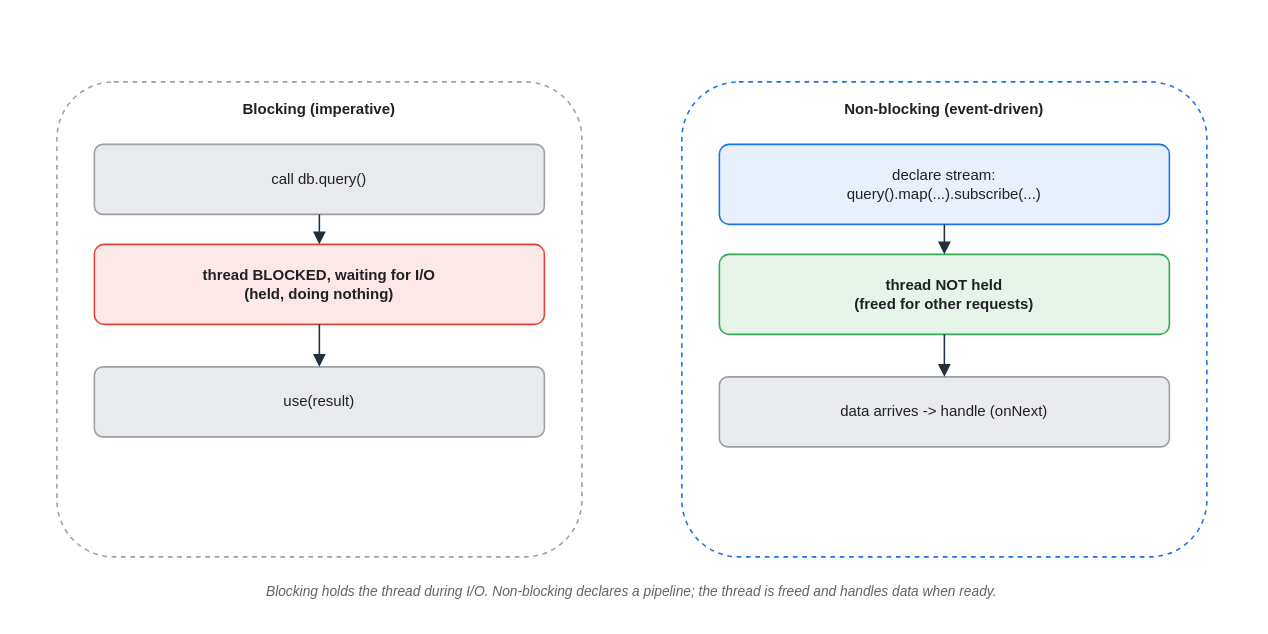
Before: assets/img/spring/spring-09-blocking-vs-reactive.drawio in KKamJi98/kkamji98.github.io, a draw.io diagram. Source tidied: cells renumbered, new cells numbered last; positions are measured from the earlier drawing's top-left corner, leaving out a move shared by most shapes. Both pictures are drawn from the tidied source at 125%, with x=0, y=0 at pixel (56, 81).
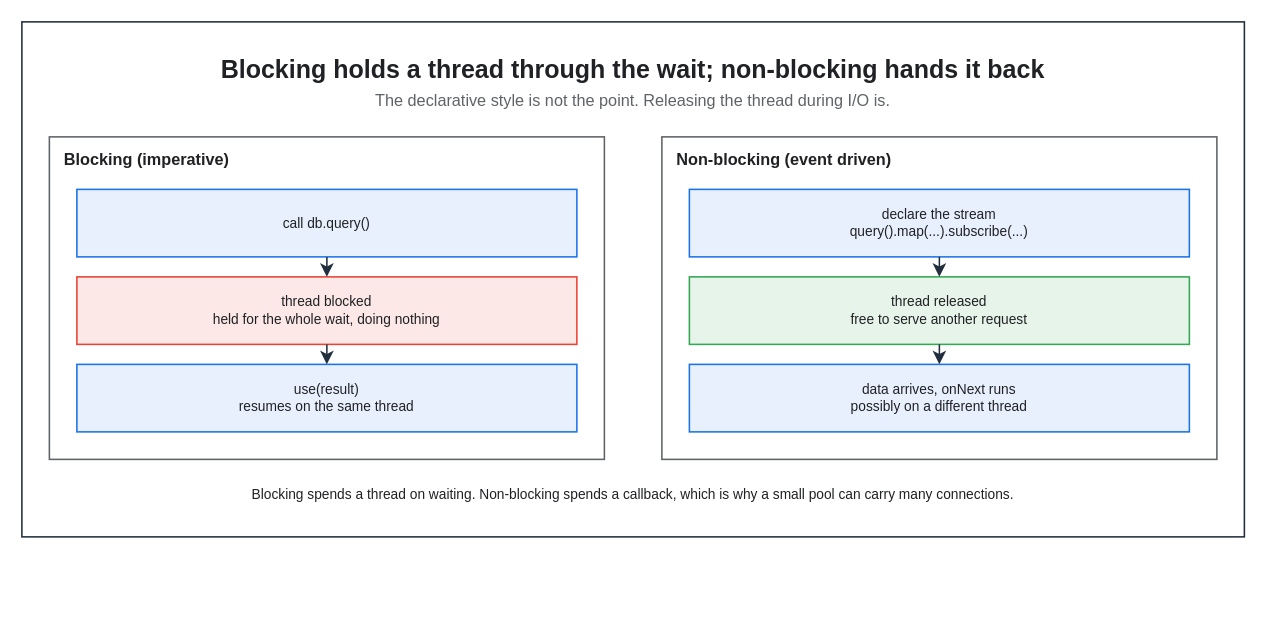
Above is the later version.

Diff of the diagram source:
```diff
@@
 <mxGraphModel background="#FFFFFF">
   <root>
     <mxCell id="0" />
     <mxCell id="1" parent="0" />
+    <mxCell id="15" style="rounded=0;html=0;fillColor=none;strokeColor=#232F3E;fontColor=#202124;strokeWidth=1.25;" parent="1" vertex="1">
+      <mxGeometry x="-28" y="-48" width="978" height="412" as="geometry" />
+    </mxCell>
+    <mxCell id="16" value="Blocking holds a thread through the wait; non-blocking hands it back" style="text;html=0;whiteSpace=wrap;fillColor=none;strokeColor=none;fontColor=#202124;fontSize=20;fontStyle=1;align=center;verticalAlign=middle;" parent="1" vertex="1">
+      <mxGeometry x="-6" y="-26" width="934" height="30" as="geometry" />
+    </mxCell>
+    <mxCell id="17" value="The declarative style is not the point. Releasing the thread during I/O is." style="text;html=0;whiteSpace=wrap;fillColor=none;strokeColor=none;fontColor=#5F6368;fontSize=13;fontStyle=0;align=center;verticalAlign=middle;" parent="1" vertex="1">
+      <mxGeometry x="-6" y="4" width="934" height="22" as="geometry" />
+    </mxCell>
-    <mxCell id="2" value="Blocking (imperative)" style="rounded=1;whiteSpace=wrap;html=0;arcSize=12;shadow=0;fillColor=#FFFFFF;strokeColor=#9AA0A6;fontColor=#202124;fontStyle=1;verticalAlign=top;align=center;dashed=1;spacingTop=8;strokeWidth=1.25;" parent="1" vertex="1">
-      <mxGeometry width="420" height="380" as="geometry" />
+    <mxCell id="2" value="Blocking (imperative)" style="rounded=0;whiteSpace=wrap;html=0;fillColor=none;strokeColor=#5F6368;fontColor=#202124;fontSize=13;fontStyle=1;align=left;verticalAlign=top;spacingLeft=10;spacingTop=4;strokeWidth=1.25;dashed=0;" parent="1" vertex="1">
+      <mxGeometry x="-6" y="44" width="444" height="258" as="geometry" />
     </mxCell>
-    <mxCell id="3" value="Non-blocking (event-driven)" style="rounded=1;whiteSpace=wrap;html=0;arcSize=12;shadow=0;fillColor=#FFFFFF;strokeColor=#1A73E8;fontColor=#202124;fontStyle=1;verticalAlign=top;align=center;dashed=1;spacingTop=8;strokeWidth=1.25;" parent="1" vertex="1">
-      <mxGeometry x="500" width="420" height="380" as="geometry" />
-    </mxCell>
+    <mxCell id="18" value="Non-blocking (event driven)" style="rounded=0;whiteSpace=wrap;html=0;fillColor=none;strokeColor=#5F6368;fontColor=#202124;fontSize=13;fontStyle=1;align=left;verticalAlign=top;spacingLeft=10;spacingTop=4;strokeWidth=1.25;dashed=0;" parent="1" vertex="1">
+      <mxGeometry x="484" y="44" width="444" height="258" as="geometry" />
+    </mxCell>
-    <mxCell id="4" value="call db.query()" style="rounded=1;whiteSpace=wrap;html=0;arcSize=12;shadow=0;fillColor=#E8EAED;strokeColor=#9AA0A6;fontColor=#202124;strokeWidth=1.25;" parent="1" vertex="1">
-      <mxGeometry x="30" y="50" width="360" height="56" as="geometry" />
+    <mxCell id="4" value="call db.query()" style="rounded=0;whiteSpace=wrap;html=0;fillColor=#E8F0FE;strokeColor=#1A73E8;fontColor=#202124;fontSize=11;fontStyle=0;align=center;verticalAlign=middle;spacingLeft=6;spacingRight=6;strokeWidth=1.25;" parent="1" vertex="1">
+      <mxGeometry x="16" y="86" width="400" height="54" as="geometry" />
     </mxCell>
-    <mxCell id="5" value="thread BLOCKED, waiting for I/O&#10;(held, doing nothing)" style="rounded=1;whiteSpace=wrap;html=0;arcSize=12;shadow=0;fillColor=#FCE8E6;strokeColor=#EA4335;fontColor=#202124;fontStyle=1;strokeWidth=1.25;" parent="1" vertex="1">
-      <mxGeometry x="30" y="130" width="360" height="64" as="geometry" />
+    <mxCell id="5" value="thread blocked&#10;held for the whole wait, doing nothing" style="rounded=0;whiteSpace=wrap;html=0;fillColor=#FCE8E6;strokeColor=#EA4335;fontColor=#202124;fontSize=11;fontStyle=0;align=center;verticalAlign=middle;spacingLeft=6;spacingRight=6;strokeWidth=1.25;" parent="1" vertex="1">
+      <mxGeometry x="16" y="156" width="400" height="54" as="geometry" />
     </mxCell>
-    <mxCell id="6" value="use(result)" style="rounded=1;whiteSpace=wrap;html=0;arcSize=12;shadow=0;fillColor=#E8EAED;strokeColor=#9AA0A6;fontColor=#202124;strokeWidth=1.25;" parent="1" vertex="1">
-      <mxGeometry x="30" y="228" width="360" height="56" as="geometry" />
+    <mxCell id="6" value="use(result)&#10;resumes on the same thread" style="rounded=0;whiteSpace=wrap;html=0;fillColor=#E8F0FE;strokeColor=#1A73E8;fontColor=#202124;fontSize=11;fontStyle=0;align=center;verticalAlign=middle;spacingLeft=6;spacingRight=6;strokeWidth=1.25;" parent="1" vertex="1">
+      <mxGeometry x="16" y="226" width="400" height="54" as="geometry" />
     </mxCell>
-    <mxCell id="7" value="declare stream:&#10;query().map(...).subscribe(...)" style="rounded=1;whiteSpace=wrap;html=0;arcSize=12;shadow=0;fillColor=#E8F0FE;strokeColor=#1A73E8;fontColor=#202124;strokeWidth=1.25;" parent="1" vertex="1">
-      <mxGeometry x="530" y="50" width="360" height="64" as="geometry" />
+    <mxCell id="7" value="declare the stream&#10;query().map(...).subscribe(...)" style="rounded=0;whiteSpace=wrap;html=0;fillColor=#E8F0FE;strokeColor=#1A73E8;fontColor=#202124;fontSize=11;fontStyle=0;align=center;verticalAlign=middle;spacingLeft=6;spacingRight=6;strokeWidth=1.25;" parent="1" vertex="1">
+      <mxGeometry x="506" y="86" width="400" height="54" as="geometry" />
     </mxCell>
-    <mxCell id="8" value="thread NOT held&#10;(freed for other requests)" style="rounded=1;whiteSpace=wrap;html=0;arcSize=12;shadow=0;fillColor=#E6F4EA;strokeColor=#34A853;fontColor=#202124;fontStyle=1;strokeWidth=1.25;" parent="1" vertex="1">
-      <mxGeometry x="530" y="138" width="360" height="64" as="geometry" />
+    <mxCell id="8" value="thread released&#10;free to serve another request" style="rounded=0;whiteSpace=wrap;html=0;fillColor=#E6F4EA;strokeColor=#34A853;fontColor=#202124;fontSize=11;fontStyle=0;align=center;verticalAlign=middle;spacingLeft=6;spacingRight=6;strokeWidth=1.25;" parent="1" vertex="1">
+      <mxGeometry x="506" y="156" width="400" height="54" as="geometry" />
     </mxCell>
-    <mxCell id="9" value="data arrives -&gt; handle (onNext)" style="rounded=1;whiteSpace=wrap;html=0;arcSize=12;shadow=0;fillColor=#E8EAED;strokeColor=#9AA0A6;fontColor=#202124;strokeWidth=1.25;" parent="1" vertex="1">
-      <mxGeometry x="530" y="236" width="360" height="56" as="geometry" />
+    <mxCell id="9" value="data arrives, onNext runs&#10;possibly on a different thread" style="rounded=0;whiteSpace=wrap;html=0;fillColor=#E8F0FE;strokeColor=#1A73E8;fontColor=#202124;fontSize=11;fontStyle=0;align=center;verticalAlign=middle;spacingLeft=6;spacingRight=6;strokeWidth=1.25;" parent="1" vertex="1">
+      <mxGeometry x="506" y="226" width="400" height="54" as="geometry" />
     </mxCell>
-    <mxCell id="10" value="Blocking holds the thread during I/O. Non-blocking declares a pipeline; the thread is freed and handles data when ready." style="text;html=0;align=center;verticalAlign=middle;whiteSpace=wrap;fontSize=11;fontColor=#5F6368;fontStyle=2;" parent="1" vertex="1">
-      <mxGeometry x="20" y="392" width="880" height="32" as="geometry" />
-    </mxCell>
+    <mxCell id="19" value="Blocking spends a thread on waiting. Non-blocking spends a callback, which is why a small pool can carry many connections." style="text;html=0;whiteSpace=wrap;fillColor=none;strokeColor=none;fontColor=#202124;fontSize=11;fontStyle=0;align=center;verticalAlign=middle;" parent="1" vertex="1">
+      <mxGeometry x="16" y="318" width="890" height="24" as="geometry" />
+    </mxCell>
-    <mxCell id="11" style="edgeStyle=orthogonalEdgeStyle;rounded=1;html=0;strokeColor=#232F3E;fontColor=#202124;labelBackgroundColor=none;endArrow=block;exitX=0.5;exitY=1;exitDx=0;exitDy=0;entryX=0.5;entryY=0;entryDx=0;entryDy=0;strokeWidth=1.25;endSize=7;" parent="1" edge="1" source="4" target="5">
+    <mxCell id="11" style="edgeStyle=orthogonalEdgeStyle;rounded=0;html=0;strokeColor=#232F3E;strokeWidth=1.25;endArrow=classic;endFill=1;endSize=7;fontSize=11;fontColor=#202124;labelBackgroundColor=none;jettySize=14;exitX=0.5;exitY=1;entryX=0.5;entryY=0;exitDx=0;exitDy=0;entryDx=0;entryDy=0;" parent="1" edge="1" source="4" target="5">
       <mxGeometry relative="1" as="geometry" />
     </mxCell>
-    <mxCell id="12" style="edgeStyle=orthogonalEdgeStyle;rounded=1;html=0;strokeColor=#232F3E;fontColor=#202124;labelBackgroundColor=none;endArrow=block;exitX=0.5;exitY=1;exitDx=0;exitDy=0;entryX=0.5;entryY=0;entryDx=0;entryDy=0;strokeWidth=1.25;endSize=7;" parent="1" edge="1" source="5" target="6">
+    <mxCell id="12" style="edgeStyle=orthogonalEdgeStyle;rounded=0;html=0;strokeColor=#232F3E;strokeWidth=1.25;endArrow=classic;endFill=1;endSize=7;fontSize=11;fontColor=#202124;labelBackgroundColor=none;jettySize=14;exitX=0.5;exitY=1;entryX=0.5;entryY=0;exitDx=0;exitDy=0;entryDx=0;entryDy=0;" parent="1" edge="1" source="5" target="6">
       <mxGeometry relative="1" as="geometry" />
     </mxCell>
-    <mxCell id="13" style="edgeStyle=orthogonalEdgeStyle;rounded=1;html=0;strokeColor=#232F3E;fontColor=#202124;labelBackgroundColor=none;endArrow=block;exitX=0.5;exitY=1;exitDx=0;exitDy=0;entryX=0.5;entryY=0;entryDx=0;entryDy=0;strokeWidth=1.25;endSize=7;" parent="1" edge="1" source="7" target="8">
+    <mxCell id="13" style="edgeStyle=orthogonalEdgeStyle;rounded=0;html=0;strokeColor=#232F3E;strokeWidth=1.25;endArrow=classic;endFill=1;endSize=7;fontSize=11;fontColor=#202124;labelBackgroundColor=none;jettySize=14;exitX=0.5;exitY=1;entryX=0.5;entryY=0;exitDx=0;exitDy=0;entryDx=0;entryDy=0;" parent="1" edge="1" source="7" target="8">
       <mxGeometry relative="1" as="geometry" />
     </mxCell>
-    <mxCell id="14" style="edgeStyle=orthogonalEdgeStyle;rounded=1;html=0;strokeColor=#232F3E;fontColor=#202124;labelBackgroundColor=none;endArrow=block;exitX=0.5;exitY=1;exitDx=0;exitDy=0;entryX=0.5;entryY=0;entryDx=0;entryDy=0;strokeWidth=1.25;endSize=7;" parent="1" edge="1" source="8" target="9">
+    <mxCell id="14" style="edgeStyle=orthogonalEdgeStyle;rounded=0;html=0;strokeColor=#232F3E;strokeWidth=1.25;endArrow=classic;endFill=1;endSize=7;fontSize=11;fontColor=#202124;labelBackgroundColor=none;jettySize=14;exitX=0.5;exitY=1;entryX=0.5;entryY=0;exitDx=0;exitDy=0;entryDx=0;entryDy=0;" parent="1" edge="1" source="8" target="9">
       <mxGeometry relative="1" as="geometry" />
     </mxCell>
   </root>
 </mxGraphModel>
```
